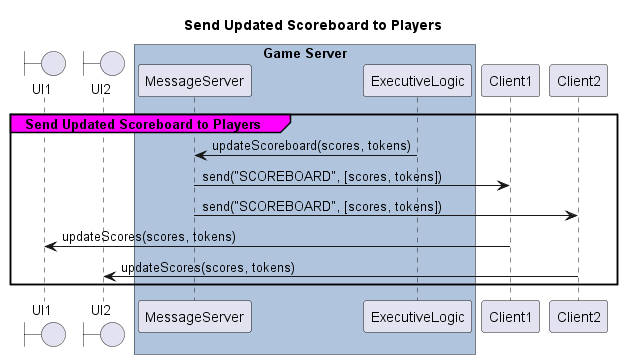
poszy/def_spinit_project keeps this PlantUML diagram as out/diagrams/seq-diagram-update-scoreboard/Send Updated Scoreboard to Players.png. Above is the earlier version. The source it was exported from:
```plantuml
@startuml Send Updated Scoreboard to Players
title Send Updated Scoreboard to Players

boundary    UI1
boundary    UI2

box "Game Server" #LightSteelBlue
participant MessageServer as Server
participant ExecutiveLogic
end box

        group#Magenta Send Updated Scoreboard to Players
            Server <- ExecutiveLogic: updateScoreboard(scores, tokens)
            Client1 <- Server: send("SCOREBOARD", [scores, tokens])
            Client2 <- Server: send("SCOREBOARD", [scores, tokens])


            UI1 <- Client1: updateScores(scores, tokens)
            UI2 <- Client2: updateScores(scores, tokens)
        end

@enduml
```
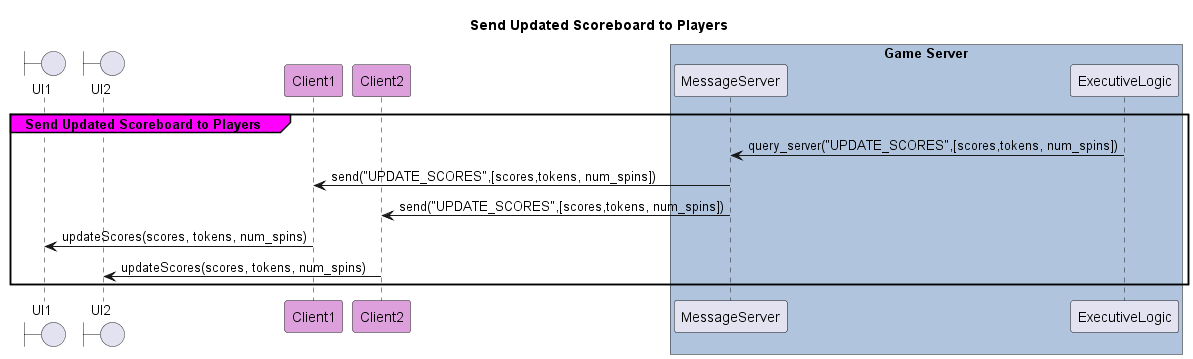
After the change.

Change to the diagram source:
```diff
@@ -3,6 +3,9 @@
 
 boundary    UI1
 boundary    UI2
+
+participant Client1 #Plum
+participant Client2 #Plum
 
 box "Game Server" #LightSteelBlue
 participant MessageServer as Server
@@ -10,13 +13,13 @@
 end box
 
         group#Magenta Send Updated Scoreboard to Players
-            Server <- ExecutiveLogic: updateScoreboard(scores, tokens)
-            Client1 <- Server: send("SCOREBOARD", [scores, tokens])
-            Client2 <- Server: send("SCOREBOARD", [scores, tokens])
+            Server <- ExecutiveLogic: query_server("UPDATE_SCORES",[scores,tokens, num_spins])
+            Client1 <- Server: send("UPDATE_SCORES",[scores,tokens, num_spins])
+            Client2 <- Server: send("UPDATE_SCORES",[scores,tokens, num_spins])
 
 
-            UI1 <- Client1: updateScores(scores, tokens)
-            UI2 <- Client2: updateScores(scores, tokens)
+            UI1 <- Client1: updateScores(scores, tokens, num_spins)
+            UI2 <- Client2: updateScores(scores, tokens, num_spins)
         end
 
 @enduml
```
